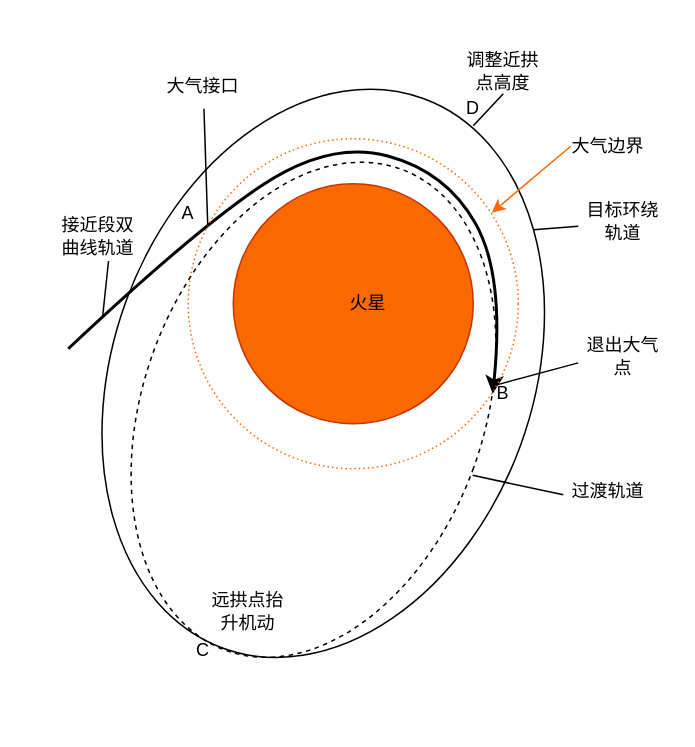
Earlier version of the draw.io diagram figures/IntroSketch.drawio (xd15zhn/paperaerocapture). Source tidied: cells renumbered, new cells numbered last; positions are measured from the earlier drawing's top-left corner, leaving out a move shared by most shapes. Both pictures are drawn from the tidied source at 150%, with x=0, y=0 at pixel (52, 48).
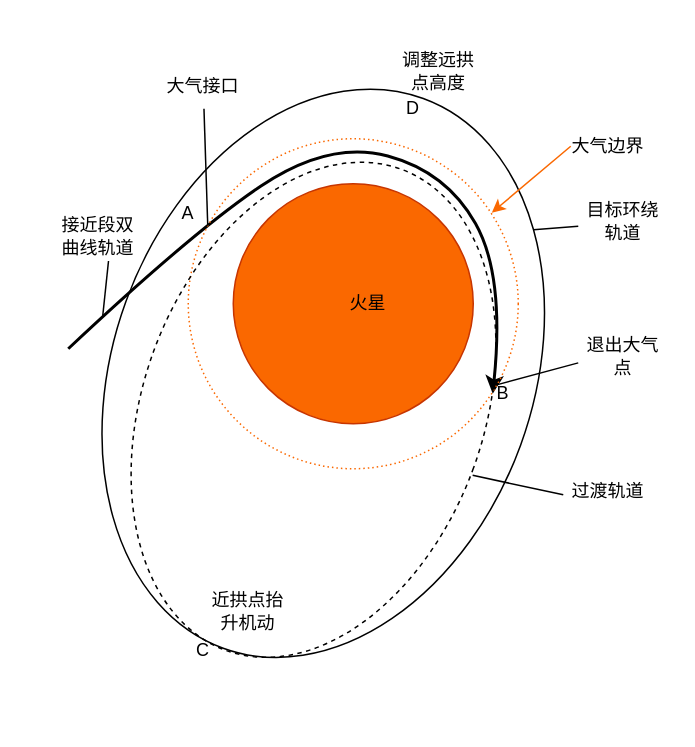
The same page after the edit.

Diff of the diagram source:
```diff
@@
-    <mxCell id="11" style="endArrow=none;html=1;rounded=0;fontSize=12;fontColor=#FFFFFF;strokeWidth=1;endFill=0;" parent="1" edge="1">
-      <mxGeometry relative="1" as="geometry">
-        <mxPoint x="280" y="51.4" as="sourcePoint" />
-        <mxPoint x="300" y="30" as="targetPoint" />
-      </mxGeometry>
-    </mxCell>
@@
-    <mxCell id="17" value="&lt;span style=&quot;font-family: simsun;&quot;&gt;调整近拱点高度&lt;/span&gt;" style="text;html=1;strokeColor=none;fillColor=none;align=center;verticalAlign=middle;whiteSpace=wrap;rounded=0;" parent="1" vertex="1">
-      <mxGeometry x="270" width="60" height="30" as="geometry" />
+    <mxCell id="17" value="&lt;span style=&quot;font-family: simsun;&quot;&gt;调整远拱点高度&lt;/span&gt;" style="text;html=1;strokeColor=none;fillColor=none;align=center;verticalAlign=middle;whiteSpace=wrap;rounded=0;" parent="1" vertex="1">
+      <mxGeometry x="227" width="60" height="30" as="geometry" />
     </mxCell>
@@
-    <mxCell id="22" value="&lt;font face=&quot;simsun&quot;&gt;远拱点抬升机动&lt;/font&gt;" style="text;html=1;strokeColor=none;fillColor=none;align=center;verticalAlign=middle;whiteSpace=wrap;rounded=0;" parent="1" vertex="1">
+    <mxCell id="22" value="&lt;font face=&quot;simsun&quot;&gt;近拱点抬升机动&lt;/font&gt;" style="text;html=1;strokeColor=none;fillColor=none;align=center;verticalAlign=middle;whiteSpace=wrap;rounded=0;" parent="1" vertex="1">
       <mxGeometry x="100" y="360" width="60" height="30" as="geometry" />
     </mxCell>
@@
+    <mxCell id="26" value="&lt;font face=&quot;simsun&quot;&gt;C&lt;/font&gt;" style="text;html=1;strokeColor=none;fillColor=none;align=center;verticalAlign=middle;whiteSpace=wrap;rounded=0;" parent="1" vertex="1">
+      <mxGeometry x="80" y="391.4" width="40" height="20" as="geometry" />
+    </mxCell>
     <mxCell id="25" value="&lt;font face=&quot;simsun&quot;&gt;D&lt;/font&gt;" style="text;html=1;strokeColor=none;fillColor=none;align=center;verticalAlign=middle;whiteSpace=wrap;rounded=0;" parent="1" vertex="1">
-      <mxGeometry x="260" y="30" width="40" height="20" as="geometry" />
+      <mxGeometry x="220" y="30" width="40" height="20" as="geometry" />
     </mxCell>
-    <mxCell id="26" value="&lt;font face=&quot;simsun&quot;&gt;C&lt;/font&gt;" style="text;html=1;strokeColor=none;fillColor=none;align=center;verticalAlign=middle;whiteSpace=wrap;rounded=0;" parent="1" vertex="1">
-      <mxGeometry x="80" y="391.4" width="40" height="20" as="geometry" />
-    </mxCell>
```
